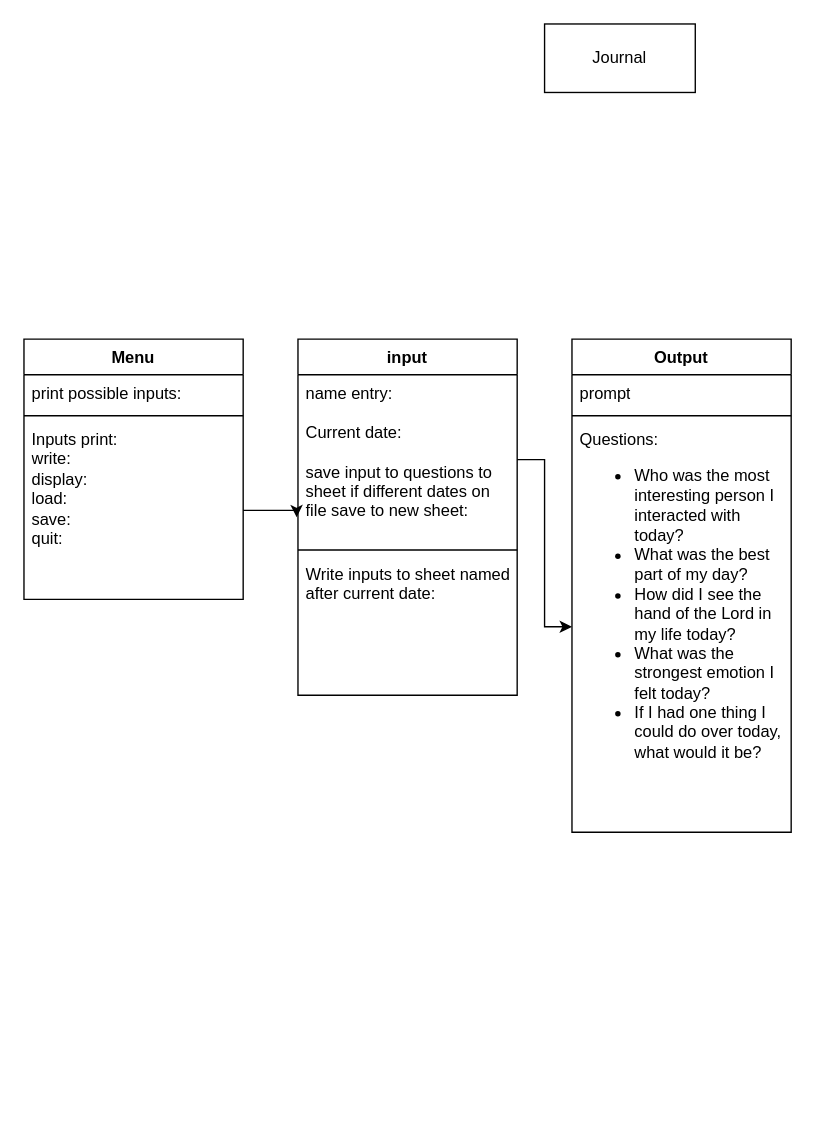
Above: Untitled Diagram.drawio in KalebTrogdon/cse210-hw (draw.io), before the change. Source tidied: cells renumbered, new cells numbered last; positions are measured from the earlier drawing's top-left corner, leaving out a move shared by most shapes. Both pictures are drawn from the tidied source at 137%, with x=0, y=0 at pixel (23, 23).
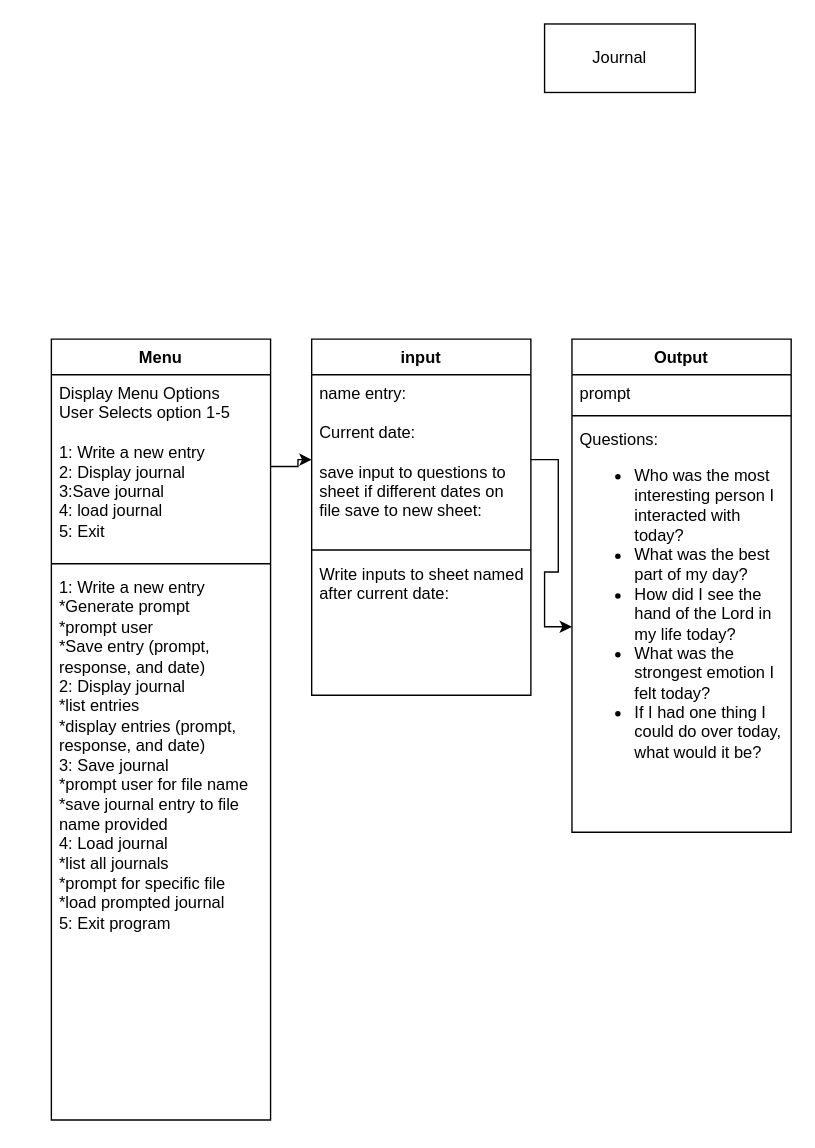
Above is the later version.

Diff of the diagram source:
```diff
@@
 <mxGraphModel>
   <root>
     <mxCell id="0" />
     <mxCell id="1" parent="0" />
     <mxCell id="2" value="input" style="swimlane;fontStyle=1;align=center;verticalAlign=top;horizontal=1;startSize=26;whiteSpace=wrap;html=1;" parent="1" vertex="1">
-      <mxGeometry x="200" y="230" width="160" height="260" as="geometry" />
+      <mxGeometry x="210" y="230" width="160" height="260" as="geometry" />
     </mxCell>
     <mxCell id="3" value="&lt;div&gt;name entry:&lt;/div&gt;&lt;div&gt;&lt;br&gt;&lt;/div&gt;&lt;div&gt;Current date:&lt;/div&gt;&lt;div&gt;&lt;br&gt;&lt;/div&gt;&lt;div&gt;save input to questions to sheet if different dates on file save to new sheet:&lt;/div&gt;&lt;div&gt;&lt;br&gt;&lt;/div&gt;&lt;div&gt;&lt;br&gt;&lt;/div&gt;" style="text;strokeColor=none;fillColor=none;align=left;verticalAlign=top;spacingLeft=4;spacingRight=4;overflow=hidden;points=[[0,0.5],[1,0.5]];portConstraint=eastwest;whiteSpace=wrap;html=1;" parent="2" vertex="1">
       <mxGeometry y="26" width="160" height="124" as="geometry" />
     </mxCell>
     <mxCell id="4" style="line;strokeWidth=1;fillColor=none;align=left;verticalAlign=middle;spacingTop=-1;spacingLeft=3;spacingRight=3;labelPosition=right;strokeColor=inherit;" parent="2" vertex="1">
       <mxGeometry y="150" width="160" height="8" as="geometry" />
     </mxCell>
     <mxCell id="5" value="&lt;div&gt;Write inputs to sheet named after current date:&lt;/div&gt;&lt;div&gt;&lt;br&gt;&lt;/div&gt;&lt;div&gt;&lt;br&gt;&lt;/div&gt;" style="text;strokeColor=none;fillColor=none;align=left;verticalAlign=top;spacingLeft=4;spacingRight=4;overflow=hidden;whiteSpace=wrap;html=1;" parent="2" vertex="1">
       <mxGeometry y="158" width="160" height="102" as="geometry" />
     </mxCell>
     <mxCell id="6" value="Output" style="swimlane;fontStyle=1;align=center;verticalAlign=top;horizontal=1;startSize=26;whiteSpace=wrap;html=1;" parent="1" vertex="1">
       <mxGeometry x="400" y="230" width="160" height="360" as="geometry" />
     </mxCell>
     <mxCell id="7" value="prompt" style="text;strokeColor=none;fillColor=none;align=left;verticalAlign=top;spacingLeft=4;spacingRight=4;overflow=hidden;whiteSpace=wrap;html=1;" parent="6" vertex="1">
       <mxGeometry y="26" width="160" height="26" as="geometry" />
     </mxCell>
     <mxCell id="8" style="line;strokeWidth=1;fillColor=none;align=left;verticalAlign=middle;spacingTop=-1;spacingLeft=3;spacingRight=3;labelPosition=right;strokeColor=inherit;" parent="6" vertex="1">
       <mxGeometry y="52" width="160" height="8" as="geometry" />
     </mxCell>
     <mxCell id="9" value="Questions:&lt;ul&gt;&lt;li&gt;Who was the most interesting person I interacted with today?&lt;/li&gt;&lt;li&gt;What was the best part of my day?&lt;/li&gt;&lt;li&gt;How did I see the hand of the Lord in my life today?&lt;/li&gt;&lt;li&gt;What was the strongest emotion I felt today?&lt;/li&gt;&lt;li&gt;If I had one thing I could do over today, what would it be?&lt;/li&gt;&lt;/ul&gt;" style="text;strokeColor=none;fillColor=none;align=left;verticalAlign=top;spacingLeft=4;spacingRight=4;overflow=hidden;points=[[0,0.5],[1,0.5]];portConstraint=eastwest;whiteSpace=wrap;html=1;" parent="6" vertex="1">
       <mxGeometry y="60" width="160" height="300" as="geometry" />
     </mxCell>
     <mxCell id="10" value="Journal" style="html=1;whiteSpace=wrap;" parent="1" vertex="1">
       <mxGeometry x="380" width="110" height="50" as="geometry" />
     </mxCell>
     <mxCell id="11" style="edgeStyle=orthogonalEdgeStyle;rounded=0;jettySize=auto;html=1;" parent="1" edge="1" source="3" target="9">
       <mxGeometry relative="1" as="geometry" />
     </mxCell>
     <mxCell id="12" value="Menu" style="swimlane;fontStyle=1;align=center;verticalAlign=top;horizontal=1;startSize=26;whiteSpace=wrap;html=1;" parent="1" vertex="1">
-      <mxGeometry y="230" width="160" height="190" as="geometry" />
+      <mxGeometry x="20" y="230" width="160" height="570" as="geometry" />
     </mxCell>
-    <mxCell id="13" value="&lt;div&gt;print possible inputs:&lt;/div&gt;&lt;div&gt;&lt;br&gt;&lt;/div&gt;" style="text;strokeColor=none;fillColor=none;align=left;verticalAlign=top;spacingLeft=4;spacingRight=4;overflow=hidden;whiteSpace=wrap;html=1;" parent="12" vertex="1">
-      <mxGeometry y="26" width="160" height="26" as="geometry" />
-    </mxCell>
-    <mxCell id="14" style="line;strokeWidth=1;fillColor=none;align=left;verticalAlign=middle;spacingTop=-1;spacingLeft=3;spacingRight=3;labelPosition=right;strokeColor=inherit;" parent="12" vertex="1">
-      <mxGeometry y="52" width="160" height="8" as="geometry" />
-    </mxCell>
-    <mxCell id="15" value="Inputs print:&lt;br&gt;&lt;div&gt;write:&lt;/div&gt;&lt;div&gt;display:&lt;/div&gt;&lt;div&gt;load:&lt;/div&gt;&lt;div&gt;save:&lt;/div&gt;&lt;div&gt;quit: &lt;br&gt;&lt;/div&gt;&lt;div&gt;&lt;br&gt;&lt;/div&gt;" style="text;strokeColor=none;fillColor=none;align=left;verticalAlign=top;spacingLeft=4;spacingRight=4;overflow=hidden;points=[[0,0.5],[1,0.5]];portConstraint=eastwest;whiteSpace=wrap;html=1;" parent="12" vertex="1">
-      <mxGeometry y="60" width="160" height="130" as="geometry" />
-    </mxCell>
-    <mxCell id="16" style="edgeStyle=orthogonalEdgeStyle;rounded=0;jettySize=auto;html=1;exitX=1;exitY=0.5;exitDx=0;exitDy=0;entryX=-0.006;entryY=0.839;entryDx=0;entryDy=0;entryPerimeter=0;" parent="1" edge="1" source="15" target="3">
-      <mxGeometry relative="1" as="geometry" />
-    </mxCell>
+    <mxCell id="17" value="&lt;div&gt;Display Menu Options&lt;/div&gt;&lt;div&gt;User Selects option 1-5&lt;br&gt;&lt;/div&gt;&lt;div&gt;&lt;br&gt;&lt;/div&gt;&lt;div&gt;&lt;div&gt;1: Write a new entry&lt;/div&gt;&lt;div&gt;2: Display journal&lt;/div&gt;&lt;div&gt;3:Save journal&lt;/div&gt;&lt;div&gt;4: load journal&lt;/div&gt;&lt;div&gt;5: Exit&lt;br&gt;&lt;/div&gt;&lt;/div&gt;" style="text;strokeColor=none;fillColor=none;align=left;verticalAlign=top;spacingLeft=4;spacingRight=4;overflow=hidden;points=[[0,0.5],[1,0.5]];portConstraint=eastwest;whiteSpace=wrap;html=1;" parent="12" vertex="1">
+      <mxGeometry y="26" width="160" height="134" as="geometry" />
+    </mxCell>
+    <mxCell id="18" style="line;strokeWidth=1;fillColor=none;align=left;verticalAlign=middle;spacingTop=-1;spacingLeft=3;spacingRight=3;labelPosition=right;strokeColor=inherit;" parent="12" vertex="1">
+      <mxGeometry y="160" width="160" height="8" as="geometry" />
+    </mxCell>
+    <mxCell id="19" value="&lt;div&gt;1: Write a new entry&lt;/div&gt;&lt;div&gt;*Generate prompt&lt;/div&gt;&lt;div&gt;*prompt user&lt;/div&gt;&lt;div&gt;*Save entry (prompt, response, and date)&lt;/div&gt;&lt;div&gt;2: Display journal&lt;/div&gt;&lt;div&gt;*list entries&lt;/div&gt;&lt;div&gt;*display entries (prompt, response, and date)&lt;/div&gt;&lt;div&gt;3: Save journal&lt;/div&gt;&lt;div&gt;*prompt user for file name&lt;/div&gt;&lt;div&gt;*save journal entry to file name provided&lt;/div&gt;&lt;div&gt;4: Load journal&lt;/div&gt;&lt;div&gt;*list all journals&lt;/div&gt;&lt;div&gt;*prompt for specific file&lt;/div&gt;&lt;div&gt;*load prompted journal&lt;/div&gt;&lt;div&gt;5: Exit program&lt;br&gt;&lt;/div&gt;" style="text;strokeColor=none;fillColor=none;align=left;verticalAlign=top;spacingLeft=4;spacingRight=4;overflow=hidden;whiteSpace=wrap;html=1;" parent="12" vertex="1">
+      <mxGeometry y="168" width="160" height="402" as="geometry" />
+    </mxCell>
+    <mxCell id="20" style="edgeStyle=orthogonalEdgeStyle;rounded=0;jettySize=auto;html=1;exitX=1;exitY=0.5;exitDx=0;exitDy=0;" parent="1" edge="1" source="17" target="3">
+      <mxGeometry relative="1" as="geometry" />
+    </mxCell>
   </root>
 </mxGraphModel>
```
